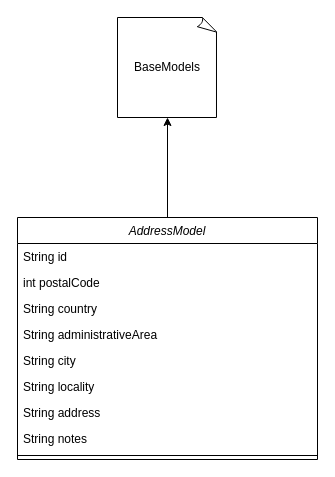
grupo-jocaagura/jocaagura_domain keeps this draw.io diagram as page "geolocation" (11 of 13) of uml/uml_diagrams.drawio. Above is the earlier version. Source tidied: cells renumbered, new cells numbered last; positions are measured from the earlier drawing's top-left corner, leaving out a move shared by most shapes. Both pictures are drawn from the tidied source at 100%, with x=0, y=0 at pixel (17, 17).
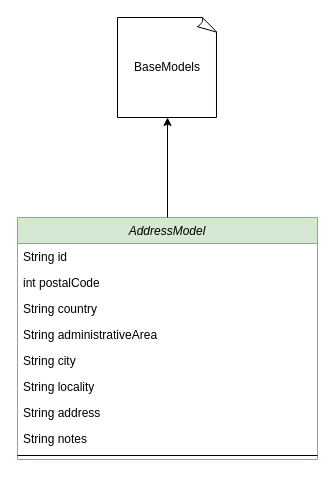
The same diagram, later.

What changed in the source:
```diff
@@
 <mxGraphModel>
   <root>
     <mxCell id="0" />
     <mxCell id="1" parent="0" />
     <mxCell id="2" value="BaseModels" style="whiteSpace=wrap;html=1;shape=mxgraph.basic.document;" parent="1" vertex="1">
       <mxGeometry x="100" width="100" height="100" as="geometry" />
     </mxCell>
-    <mxCell id="3" value="AddressModel" style="swimlane;fontStyle=2;align=center;verticalAlign=top;horizontal=1;startSize=26;rounded=0;shadow=0;strokeWidth=1;" parent="1" vertex="1">
+    <mxCell id="3" value="AddressModel" style="swimlane;fontStyle=2;align=center;verticalAlign=top;horizontal=1;startSize=26;rounded=0;shadow=0;strokeWidth=1;fillColor=#d5e8d4;strokeColor=#82b366;" parent="1" vertex="1">
       <mxGeometry y="200" width="300" height="242" as="geometry" />
     </mxCell>
     <mxCell id="4" value="String id" style="text;align=left;verticalAlign=top;spacingLeft=4;spacingRight=4;overflow=hidden;" parent="3" vertex="1">
       <mxGeometry y="26" width="300" height="26" as="geometry" />
     </mxCell>
     <mxCell id="5" value="int postalCode" style="text;align=left;verticalAlign=top;spacingLeft=4;spacingRight=4;overflow=hidden;" parent="3" vertex="1">
       <mxGeometry y="52" width="300" height="26" as="geometry" />
     </mxCell>
     <mxCell id="6" value="String country" style="text;align=left;verticalAlign=top;spacingLeft=4;spacingRight=4;overflow=hidden;" parent="3" vertex="1">
       <mxGeometry y="78" width="300" height="26" as="geometry" />
     </mxCell>
     <mxCell id="7" value="String administrativeArea" style="text;align=left;verticalAlign=top;spacingLeft=4;spacingRight=4;overflow=hidden;" parent="3" vertex="1">
       <mxGeometry y="104" width="300" height="26" as="geometry" />
     </mxCell>
     <mxCell id="8" value="String city" style="text;align=left;verticalAlign=top;spacingLeft=4;spacingRight=4;overflow=hidden;" parent="3" vertex="1">
       <mxGeometry y="130" width="300" height="26" as="geometry" />
     </mxCell>
     <mxCell id="9" value="String locality" style="text;align=left;verticalAlign=top;spacingLeft=4;spacingRight=4;overflow=hidden;" parent="3" vertex="1">
       <mxGeometry y="156" width="300" height="26" as="geometry" />
     </mxCell>
     <mxCell id="10" value="String address" style="text;align=left;verticalAlign=top;spacingLeft=4;spacingRight=4;overflow=hidden;" parent="3" vertex="1">
       <mxGeometry y="182" width="300" height="26" as="geometry" />
     </mxCell>
     <mxCell id="11" value="String notes" style="text;align=left;verticalAlign=top;spacingLeft=4;spacingRight=4;overflow=hidden;" parent="3" vertex="1">
       <mxGeometry y="208" width="300" height="26" as="geometry" />
     </mxCell>
     <mxCell id="12" style="line;html=1;strokeWidth=1;align=left;verticalAlign=middle;spacingTop=-1;spacingLeft=3;spacingRight=3;labelPosition=right;" parent="3" vertex="1">
       <mxGeometry y="234" width="300" height="8" as="geometry" />
     </mxCell>
     <mxCell id="13" style="edgeStyle=orthogonalEdgeStyle;rounded=0;jettySize=auto;html=1;entryX=0.5;entryY=1;entryDx=0;entryDy=0;entryPerimeter=0;" parent="1" edge="1" source="3" target="2">
       <mxGeometry relative="1" as="geometry" />
     </mxCell>
   </root>
 </mxGraphModel>
```
